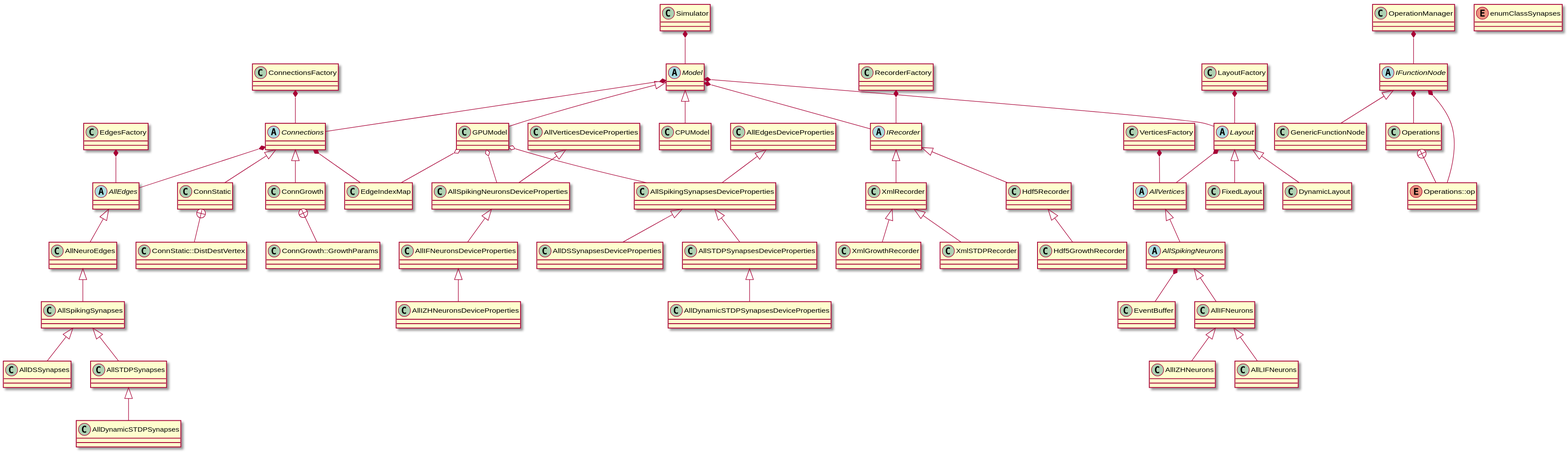
The PlantUML diagram docs/Developer/ClassDiagrams/diagrams/GraphittiDomainDiagram.svg in UWB-Biocomputing/Graphitti, before a commit.
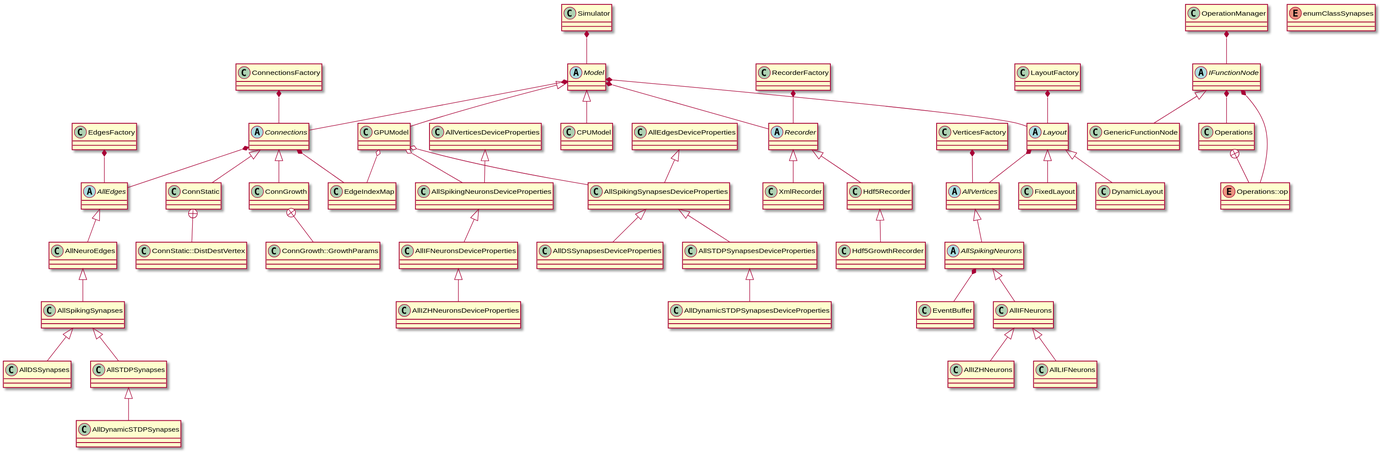
After the commit.

Diff of the diagram source:
```diff
@@ -105,7 +105,7 @@
 }
 
 
-abstract class IRecorder {
+abstract class Recorder {
 }
 
 
@@ -141,15 +141,7 @@
 }
 
 
-class XmlGrowthRecorder {
-}
-
-
 class XmlRecorder {
-}
-
-
-class XmlSTDPRecorder {
 }
 
 
@@ -273,10 +265,10 @@
 .IFunctionNode <|-- .GenericFunctionNode
 
 
-.IRecorder <|-- .Hdf5Recorder
+.Recorder <|-- .Hdf5Recorder
 
 
-.IRecorder <|-- .XmlRecorder
+.Recorder <|-- .XmlRecorder
 
 
 .Layout <|-- .DynamicLayout
@@ -289,12 +281,6 @@
 
 
 .Model <|-- .GPUModel
-
-
-.XmlRecorder <|-- .XmlGrowthRecorder
-
-
-.XmlRecorder <|-- .XmlSTDPRecorder
 
 
 
@@ -340,7 +326,7 @@
 .Model *-- .Connections
 
 
-.Model *-- .IRecorder
+.Model *-- .Recorder
 
 
 .Model *-- .Layout
@@ -349,7 +335,7 @@
 .OperationManager *-- .IFunctionNode
 
 
-.RecorderFactory *-- .IRecorder
+.RecorderFactory *-- .Recorder
 
 
 .Simulator *-- .Model
```
